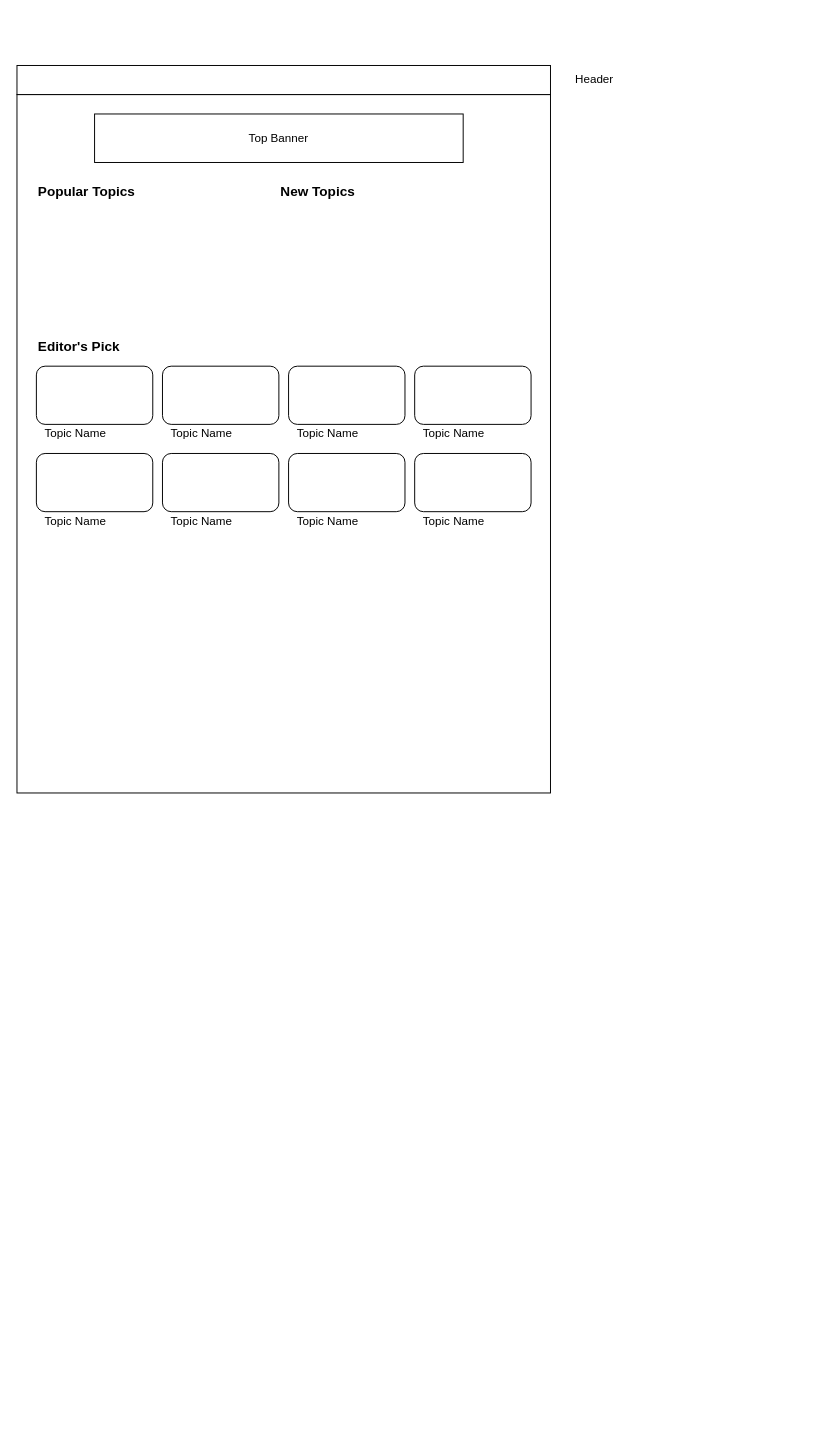
Before: Nekopost_Layout.drawio in clazclaz/demo_git, a draw.io diagram. Source tidied: cells renumbered, new cells numbered last; positions are measured from the earlier drawing's top-left corner, leaving out a move shared by most shapes. Both pictures are drawn from the tidied source at 97%, with x=0, y=0 at pixel (16, 65).
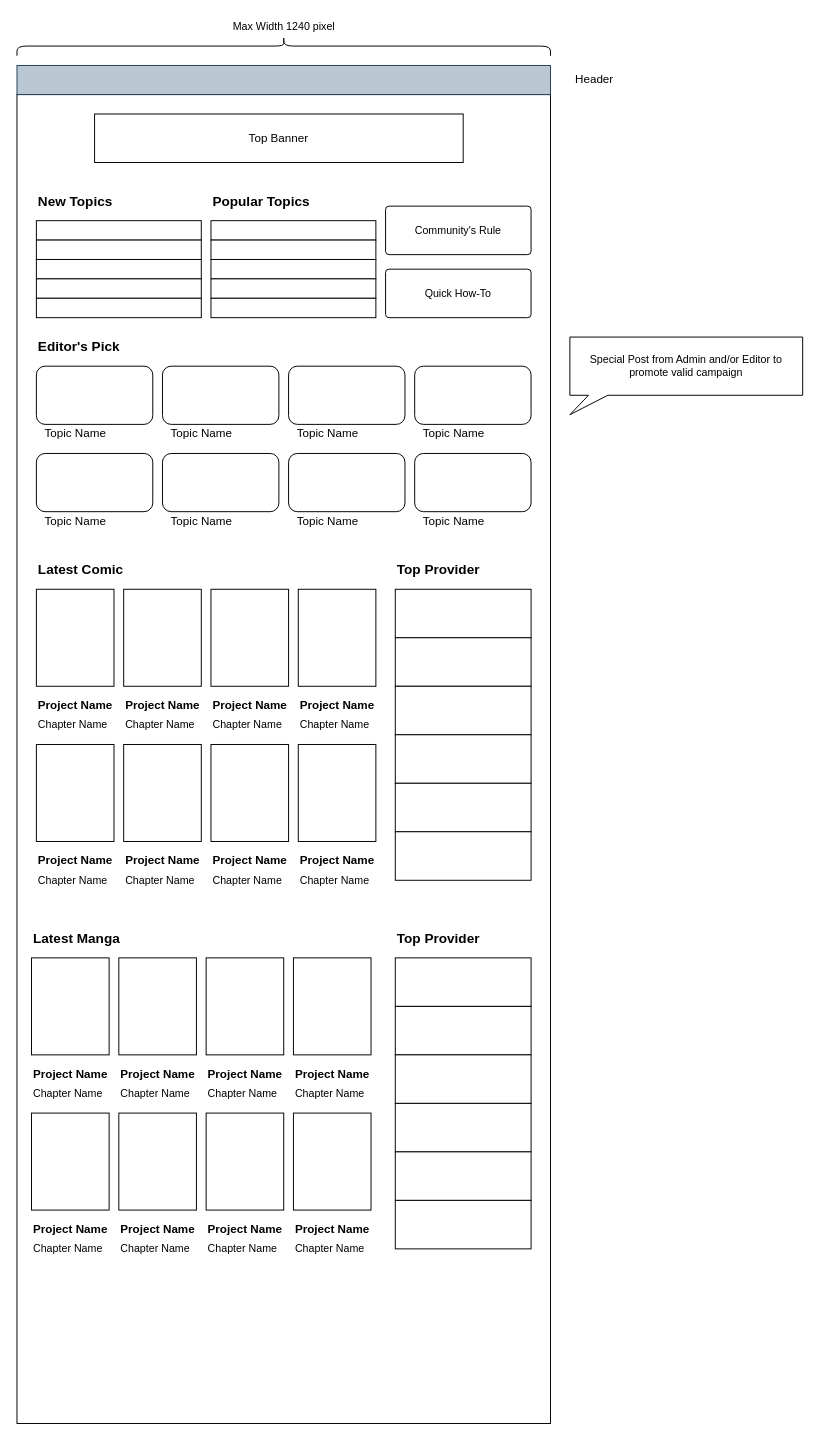
The same page after the edit.

Change to the diagram source:
```diff
@@
     <mxCell id="2" style="rounded=0;whiteSpace=wrap;html=1;" parent="1" vertex="1">
-      <mxGeometry y="30" width="550" height="720" as="geometry" />
+      <mxGeometry y="30" width="550" height="1370" as="geometry" />
     </mxCell>
-    <mxCell id="3" style="rounded=0;whiteSpace=wrap;html=1;" parent="1" vertex="1">
+    <mxCell id="3" style="rounded=0;whiteSpace=wrap;html=1;fillColor=#bac8d3;strokeColor=#23445d;" parent="1" vertex="1">
       <mxGeometry width="550" height="30" as="geometry" />
     </mxCell>
@@
+    <mxCell id="25" value="Latest Comic" style="text;html=1;align=left;verticalAlign=middle;strokeColor=none;fillColor=none;fontSize=14;fontStyle=1;" parent="1" vertex="1">
+      <mxGeometry x="20" y="510" width="100" height="20" as="geometry" />
+    </mxCell>
+    <mxCell id="26" style="rounded=0;whiteSpace=wrap;html=1;fontSize=14;" parent="1" vertex="1">
+      <mxGeometry x="20" y="540" width="80" height="100" as="geometry" />
+    </mxCell>
+    <mxCell id="27" style="rounded=0;whiteSpace=wrap;html=1;fontSize=14;" parent="1" vertex="1">
+      <mxGeometry x="110" y="540" width="80" height="100" as="geometry" />
+    </mxCell>
+    <mxCell id="28" style="rounded=0;whiteSpace=wrap;html=1;fontSize=14;" parent="1" vertex="1">
+      <mxGeometry x="200" y="540" width="80" height="100" as="geometry" />
+    </mxCell>
+    <mxCell id="29" style="rounded=0;whiteSpace=wrap;html=1;fontSize=14;" parent="1" vertex="1">
+      <mxGeometry x="290" y="540" width="80" height="100" as="geometry" />
+    </mxCell>
+    <mxCell id="30" value="&lt;b style=&quot;font-size: 12px;&quot;&gt;Project Name&lt;/b&gt;" style="text;html=1;align=left;verticalAlign=middle;strokeColor=none;fillColor=none;fontSize=12;" parent="1" vertex="1">
+      <mxGeometry x="20" y="650" width="90" height="20" as="geometry" />
+    </mxCell>
+    <mxCell id="31" value="Chapter Name" style="text;html=1;align=left;verticalAlign=middle;strokeColor=none;fillColor=none;fontSize=11;" parent="1" vertex="1">
+      <mxGeometry x="20" y="670" width="90" height="20" as="geometry" />
+    </mxCell>
+    <mxCell id="32" value="&lt;b style=&quot;font-size: 12px;&quot;&gt;Project Name&lt;/b&gt;" style="text;html=1;align=left;verticalAlign=middle;strokeColor=none;fillColor=none;fontSize=12;" parent="1" vertex="1">
+      <mxGeometry x="110" y="650" width="90" height="20" as="geometry" />
+    </mxCell>
+    <mxCell id="33" value="Chapter Name" style="text;html=1;align=left;verticalAlign=middle;strokeColor=none;fillColor=none;fontSize=11;" parent="1" vertex="1">
+      <mxGeometry x="110" y="670" width="90" height="20" as="geometry" />
+    </mxCell>
+    <mxCell id="34" value="&lt;b style=&quot;font-size: 12px;&quot;&gt;Project Name&lt;/b&gt;" style="text;html=1;align=left;verticalAlign=middle;strokeColor=none;fillColor=none;fontSize=12;" parent="1" vertex="1">
+      <mxGeometry x="200" y="650" width="90" height="20" as="geometry" />
+    </mxCell>
+    <mxCell id="35" value="Chapter Name" style="text;html=1;align=left;verticalAlign=middle;strokeColor=none;fillColor=none;fontSize=11;" parent="1" vertex="1">
+      <mxGeometry x="200" y="670" width="90" height="20" as="geometry" />
+    </mxCell>
+    <mxCell id="36" value="&lt;b style=&quot;font-size: 12px;&quot;&gt;Project Name&lt;/b&gt;" style="text;html=1;align=left;verticalAlign=middle;strokeColor=none;fillColor=none;fontSize=12;" parent="1" vertex="1">
+      <mxGeometry x="290" y="650" width="90" height="20" as="geometry" />
+    </mxCell>
+    <mxCell id="37" value="Chapter Name" style="text;html=1;align=left;verticalAlign=middle;strokeColor=none;fillColor=none;fontSize=11;" parent="1" vertex="1">
+      <mxGeometry x="290" y="670" width="90" height="20" as="geometry" />
+    </mxCell>
+    <mxCell id="38" style="rounded=0;whiteSpace=wrap;html=1;fontSize=14;" parent="1" vertex="1">
+      <mxGeometry x="20" y="700" width="80" height="100" as="geometry" />
+    </mxCell>
+    <mxCell id="39" style="rounded=0;whiteSpace=wrap;html=1;fontSize=14;" parent="1" vertex="1">
+      <mxGeometry x="110" y="700" width="80" height="100" as="geometry" />
+    </mxCell>
+    <mxCell id="40" style="rounded=0;whiteSpace=wrap;html=1;fontSize=14;" parent="1" vertex="1">
+      <mxGeometry x="200" y="700" width="80" height="100" as="geometry" />
+    </mxCell>
+    <mxCell id="41" style="rounded=0;whiteSpace=wrap;html=1;fontSize=14;" parent="1" vertex="1">
+      <mxGeometry x="290" y="700" width="80" height="100" as="geometry" />
+    </mxCell>
+    <mxCell id="42" value="&lt;b style=&quot;font-size: 12px;&quot;&gt;Project Name&lt;/b&gt;" style="text;html=1;align=left;verticalAlign=middle;strokeColor=none;fillColor=none;fontSize=12;" parent="1" vertex="1">
+      <mxGeometry x="20" y="810" width="90" height="20" as="geometry" />
+    </mxCell>
+    <mxCell id="43" value="Chapter Name" style="text;html=1;align=left;verticalAlign=middle;strokeColor=none;fillColor=none;fontSize=11;" parent="1" vertex="1">
+      <mxGeometry x="20" y="830" width="90" height="20" as="geometry" />
+    </mxCell>
+    <mxCell id="44" value="&lt;b style=&quot;font-size: 12px;&quot;&gt;Project Name&lt;/b&gt;" style="text;html=1;align=left;verticalAlign=middle;strokeColor=none;fillColor=none;fontSize=12;" parent="1" vertex="1">
+      <mxGeometry x="110" y="810" width="90" height="20" as="geometry" />
+    </mxCell>
+    <mxCell id="45" value="Chapter Name" style="text;html=1;align=left;verticalAlign=middle;strokeColor=none;fillColor=none;fontSize=11;" parent="1" vertex="1">
+      <mxGeometry x="110" y="830" width="90" height="20" as="geometry" />
+    </mxCell>
+    <mxCell id="46" value="&lt;b style=&quot;font-size: 12px;&quot;&gt;Project Name&lt;/b&gt;" style="text;html=1;align=left;verticalAlign=middle;strokeColor=none;fillColor=none;fontSize=12;" parent="1" vertex="1">
+      <mxGeometry x="200" y="810" width="90" height="20" as="geometry" />
+    </mxCell>
+    <mxCell id="47" value="Chapter Name" style="text;html=1;align=left;verticalAlign=middle;strokeColor=none;fillColor=none;fontSize=11;" parent="1" vertex="1">
+      <mxGeometry x="200" y="830" width="90" height="20" as="geometry" />
+    </mxCell>
+    <mxCell id="48" value="&lt;b style=&quot;font-size: 12px;&quot;&gt;Project Name&lt;/b&gt;" style="text;html=1;align=left;verticalAlign=middle;strokeColor=none;fillColor=none;fontSize=12;" parent="1" vertex="1">
+      <mxGeometry x="290" y="810" width="90" height="20" as="geometry" />
+    </mxCell>
+    <mxCell id="49" value="Chapter Name" style="text;html=1;align=left;verticalAlign=middle;strokeColor=none;fillColor=none;fontSize=11;" parent="1" vertex="1">
+      <mxGeometry x="290" y="830" width="90" height="20" as="geometry" />
+    </mxCell>
+    <mxCell id="50" value="Top Provider" style="text;html=1;align=left;verticalAlign=middle;strokeColor=none;fillColor=none;fontSize=14;fontStyle=1;" parent="1" vertex="1">
+      <mxGeometry x="390" y="510" width="100" height="20" as="geometry" />
+    </mxCell>
+    <mxCell id="51" style="rounded=0;whiteSpace=wrap;html=1;fontSize=14;" parent="1" vertex="1">
+      <mxGeometry x="390" y="540" width="140" height="50" as="geometry" />
+    </mxCell>
+    <mxCell id="24" value="New Topics" style="text;html=1;align=left;verticalAlign=middle;strokeColor=none;fillColor=none;fontSize=14;fontStyle=1;" parent="1" vertex="1">
+      <mxGeometry x="20" y="130" width="90" height="20" as="geometry" />
+    </mxCell>
+    <mxCell id="52" style="rounded=0;whiteSpace=wrap;html=1;fontSize=11;" parent="1" vertex="1">
+      <mxGeometry x="20" y="160" width="170" height="20" as="geometry" />
+    </mxCell>
+    <mxCell id="53" style="rounded=0;whiteSpace=wrap;html=1;fontSize=11;" parent="1" vertex="1">
+      <mxGeometry x="20" y="180" width="170" height="20" as="geometry" />
+    </mxCell>
+    <mxCell id="54" style="rounded=0;whiteSpace=wrap;html=1;fontSize=11;" parent="1" vertex="1">
+      <mxGeometry x="20" y="200" width="170" height="20" as="geometry" />
+    </mxCell>
+    <mxCell id="55" style="rounded=0;whiteSpace=wrap;html=1;fontSize=11;" parent="1" vertex="1">
+      <mxGeometry x="20" y="220" width="170" height="20" as="geometry" />
+    </mxCell>
+    <mxCell id="56" style="rounded=0;whiteSpace=wrap;html=1;fontSize=11;" parent="1" vertex="1">
+      <mxGeometry x="20" y="240" width="170" height="20" as="geometry" />
+    </mxCell>
     <mxCell id="23" value="Popular Topics" style="text;html=1;align=left;verticalAlign=middle;strokeColor=none;fillColor=none;fontSize=14;fontStyle=1;" parent="1" vertex="1">
-      <mxGeometry x="20" y="120" width="120" height="20" as="geometry" />
+      <mxGeometry x="200" y="130" width="120" height="20" as="geometry" />
     </mxCell>
-    <mxCell id="24" value="New Topics" style="text;html=1;align=left;verticalAlign=middle;strokeColor=none;fillColor=none;fontSize=14;fontStyle=1;" parent="1" vertex="1">
-      <mxGeometry x="270" y="120" width="90" height="20" as="geometry" />
-    </mxCell>
+    <mxCell id="57" style="rounded=0;whiteSpace=wrap;html=1;fontSize=11;" parent="1" vertex="1">
+      <mxGeometry x="200" y="160" width="170" height="20" as="geometry" />
+    </mxCell>
+    <mxCell id="58" style="rounded=0;whiteSpace=wrap;html=1;fontSize=11;" parent="1" vertex="1">
+      <mxGeometry x="200" y="180" width="170" height="20" as="geometry" />
+    </mxCell>
+    <mxCell id="59" style="rounded=0;whiteSpace=wrap;html=1;fontSize=11;" parent="1" vertex="1">
+      <mxGeometry x="200" y="200" width="170" height="20" as="geometry" />
+    </mxCell>
+    <mxCell id="60" style="rounded=0;whiteSpace=wrap;html=1;fontSize=11;" parent="1" vertex="1">
+      <mxGeometry x="200" y="220" width="170" height="20" as="geometry" />
+    </mxCell>
+    <mxCell id="61" style="rounded=0;whiteSpace=wrap;html=1;fontSize=11;" parent="1" vertex="1">
+      <mxGeometry x="200" y="240" width="170" height="20" as="geometry" />
+    </mxCell>
+    <mxCell id="62" value="Community's Rule" style="rounded=1;whiteSpace=wrap;html=1;fontSize=11;arcSize=7;" parent="1" vertex="1">
+      <mxGeometry x="380" y="145" width="150" height="50" as="geometry" />
+    </mxCell>
+    <mxCell id="63" value="Quick How-To" style="rounded=1;whiteSpace=wrap;html=1;fontSize=11;arcSize=7;" parent="1" vertex="1">
+      <mxGeometry x="380" y="210" width="150" height="50" as="geometry" />
+    </mxCell>
+    <mxCell id="64" style="shape=curlyBracket;whiteSpace=wrap;html=1;rounded=1;fontSize=11;rotation=90;" parent="1" vertex="1">
+      <mxGeometry x="265" y="-295" width="20" height="550" as="geometry" />
+    </mxCell>
+    <mxCell id="65" value="Max Width 1240 pixel" style="text;html=1;align=center;verticalAlign=middle;strokeColor=none;fillColor=none;fontSize=11;" parent="1" vertex="1">
+      <mxGeometry x="215" y="-50" width="120" height="20" as="geometry" />
+    </mxCell>
+    <mxCell id="66" value="Latest Manga" style="text;html=1;align=left;verticalAlign=middle;strokeColor=none;fillColor=none;fontSize=14;fontStyle=1;" parent="1" vertex="1">
+      <mxGeometry x="15" y="890" width="100" height="20" as="geometry" />
+    </mxCell>
+    <mxCell id="67" style="rounded=0;whiteSpace=wrap;html=1;fontSize=14;" parent="1" vertex="1">
+      <mxGeometry x="15" y="920" width="80" height="100" as="geometry" />
+    </mxCell>
+    <mxCell id="68" style="rounded=0;whiteSpace=wrap;html=1;fontSize=14;" parent="1" vertex="1">
+      <mxGeometry x="105" y="920" width="80" height="100" as="geometry" />
+    </mxCell>
+    <mxCell id="69" style="rounded=0;whiteSpace=wrap;html=1;fontSize=14;" parent="1" vertex="1">
+      <mxGeometry x="195" y="920" width="80" height="100" as="geometry" />
+    </mxCell>
+    <mxCell id="70" style="rounded=0;whiteSpace=wrap;html=1;fontSize=14;" parent="1" vertex="1">
+      <mxGeometry x="285" y="920" width="80" height="100" as="geometry" />
+    </mxCell>
+    <mxCell id="71" value="&lt;b style=&quot;font-size: 12px;&quot;&gt;Project Name&lt;/b&gt;" style="text;html=1;align=left;verticalAlign=middle;strokeColor=none;fillColor=none;fontSize=12;" parent="1" vertex="1">
+      <mxGeometry x="15" y="1030" width="90" height="20" as="geometry" />
+    </mxCell>
+    <mxCell id="72" value="Chapter Name" style="text;html=1;align=left;verticalAlign=middle;strokeColor=none;fillColor=none;fontSize=11;" parent="1" vertex="1">
+      <mxGeometry x="15" y="1050" width="90" height="20" as="geometry" />
+    </mxCell>
+    <mxCell id="73" value="&lt;b style=&quot;font-size: 12px;&quot;&gt;Project Name&lt;/b&gt;" style="text;html=1;align=left;verticalAlign=middle;strokeColor=none;fillColor=none;fontSize=12;" parent="1" vertex="1">
+      <mxGeometry x="105" y="1030" width="90" height="20" as="geometry" />
+    </mxCell>
+    <mxCell id="74" value="Chapter Name" style="text;html=1;align=left;verticalAlign=middle;strokeColor=none;fillColor=none;fontSize=11;" parent="1" vertex="1">
+      <mxGeometry x="105" y="1050" width="90" height="20" as="geometry" />
+    </mxCell>
+    <mxCell id="75" value="&lt;b style=&quot;font-size: 12px;&quot;&gt;Project Name&lt;/b&gt;" style="text;html=1;align=left;verticalAlign=middle;strokeColor=none;fillColor=none;fontSize=12;" parent="1" vertex="1">
+      <mxGeometry x="195" y="1030" width="90" height="20" as="geometry" />
+    </mxCell>
+    <mxCell id="76" value="Chapter Name" style="text;html=1;align=left;verticalAlign=middle;strokeColor=none;fillColor=none;fontSize=11;" parent="1" vertex="1">
+      <mxGeometry x="195" y="1050" width="90" height="20" as="geometry" />
+    </mxCell>
+    <mxCell id="77" value="&lt;b style=&quot;font-size: 12px;&quot;&gt;Project Name&lt;/b&gt;" style="text;html=1;align=left;verticalAlign=middle;strokeColor=none;fillColor=none;fontSize=12;" parent="1" vertex="1">
+      <mxGeometry x="285" y="1030" width="90" height="20" as="geometry" />
+    </mxCell>
+    <mxCell id="78" value="Chapter Name" style="text;html=1;align=left;verticalAlign=middle;strokeColor=none;fillColor=none;fontSize=11;" parent="1" vertex="1">
+      <mxGeometry x="285" y="1050" width="90" height="20" as="geometry" />
+    </mxCell>
+    <mxCell id="79" style="rounded=0;whiteSpace=wrap;html=1;fontSize=14;" parent="1" vertex="1">
+      <mxGeometry x="15" y="1080" width="80" height="100" as="geometry" />
+    </mxCell>
+    <mxCell id="80" style="rounded=0;whiteSpace=wrap;html=1;fontSize=14;" parent="1" vertex="1">
+      <mxGeometry x="105" y="1080" width="80" height="100" as="geometry" />
+    </mxCell>
+    <mxCell id="81" style="rounded=0;whiteSpace=wrap;html=1;fontSize=14;" parent="1" vertex="1">
+      <mxGeometry x="195" y="1080" width="80" height="100" as="geometry" />
+    </mxCell>
+    <mxCell id="82" style="rounded=0;whiteSpace=wrap;html=1;fontSize=14;" parent="1" vertex="1">
+      <mxGeometry x="285" y="1080" width="80" height="100" as="geometry" />
+    </mxCell>
+    <mxCell id="83" value="&lt;b style=&quot;font-size: 12px;&quot;&gt;Project Name&lt;/b&gt;" style="text;html=1;align=left;verticalAlign=middle;strokeColor=none;fillColor=none;fontSize=12;" parent="1" vertex="1">
+      <mxGeometry x="15" y="1190" width="90" height="20" as="geometry" />
+    </mxCell>
+    <mxCell id="84" value="Chapter Name" style="text;html=1;align=left;verticalAlign=middle;strokeColor=none;fillColor=none;fontSize=11;" parent="1" vertex="1">
+      <mxGeometry x="15" y="1210" width="90" height="20" as="geometry" />
+    </mxCell>
+    <mxCell id="85" value="&lt;b style=&quot;font-size: 12px;&quot;&gt;Project Name&lt;/b&gt;" style="text;html=1;align=left;verticalAlign=middle;strokeColor=none;fillColor=none;fontSize=12;" parent="1" vertex="1">
+      <mxGeometry x="105" y="1190" width="90" height="20" as="geometry" />
+    </mxCell>
+    <mxCell id="86" value="Chapter Name" style="text;html=1;align=left;verticalAlign=middle;strokeColor=none;fillColor=none;fontSize=11;" parent="1" vertex="1">
+      <mxGeometry x="105" y="1210" width="90" height="20" as="geometry" />
+    </mxCell>
+    <mxCell id="87" value="&lt;b style=&quot;font-size: 12px;&quot;&gt;Project Name&lt;/b&gt;" style="text;html=1;align=left;verticalAlign=middle;strokeColor=none;fillColor=none;fontSize=12;" parent="1" vertex="1">
+      <mxGeometry x="195" y="1190" width="90" height="20" as="geometry" />
+    </mxCell>
+    <mxCell id="88" value="Chapter Name" style="text;html=1;align=left;verticalAlign=middle;strokeColor=none;fillColor=none;fontSize=11;" parent="1" vertex="1">
+      <mxGeometry x="195" y="1210" width="90" height="20" as="geometry" />
+    </mxCell>
+    <mxCell id="89" value="&lt;b style=&quot;font-size: 12px;&quot;&gt;Project Name&lt;/b&gt;" style="text;html=1;align=left;verticalAlign=middle;strokeColor=none;fillColor=none;fontSize=12;" parent="1" vertex="1">
+      <mxGeometry x="285" y="1190" width="90" height="20" as="geometry" />
+    </mxCell>
+    <mxCell id="90" value="Chapter Name" style="text;html=1;align=left;verticalAlign=middle;strokeColor=none;fillColor=none;fontSize=11;" parent="1" vertex="1">
+      <mxGeometry x="285" y="1210" width="90" height="20" as="geometry" />
+    </mxCell>
+    <mxCell id="91" value="Top Provider" style="text;html=1;align=left;verticalAlign=middle;strokeColor=none;fillColor=none;fontSize=14;fontStyle=1;" parent="1" vertex="1">
+      <mxGeometry x="390" y="890" width="100" height="20" as="geometry" />
+    </mxCell>
+    <mxCell id="92" style="rounded=0;whiteSpace=wrap;html=1;fontSize=14;" parent="1" vertex="1">
+      <mxGeometry x="390" y="590" width="140" height="50" as="geometry" />
+    </mxCell>
+    <mxCell id="93" style="rounded=0;whiteSpace=wrap;html=1;fontSize=14;" parent="1" vertex="1">
+      <mxGeometry x="390" y="640" width="140" height="50" as="geometry" />
+    </mxCell>
+    <mxCell id="94" style="rounded=0;whiteSpace=wrap;html=1;fontSize=14;" parent="1" vertex="1">
+      <mxGeometry x="390" y="690" width="140" height="50" as="geometry" />
+    </mxCell>
+    <mxCell id="95" style="rounded=0;whiteSpace=wrap;html=1;fontSize=14;" parent="1" vertex="1">
+      <mxGeometry x="390" y="740" width="140" height="50" as="geometry" />
+    </mxCell>
+    <mxCell id="96" style="rounded=0;whiteSpace=wrap;html=1;fontSize=14;" parent="1" vertex="1">
+      <mxGeometry x="390" y="790" width="140" height="50" as="geometry" />
+    </mxCell>
+    <mxCell id="97" style="rounded=0;whiteSpace=wrap;html=1;fontSize=14;" parent="1" vertex="1">
+      <mxGeometry x="390" y="920" width="140" height="50" as="geometry" />
+    </mxCell>
+    <mxCell id="98" style="rounded=0;whiteSpace=wrap;html=1;fontSize=14;" parent="1" vertex="1">
+      <mxGeometry x="390" y="970" width="140" height="50" as="geometry" />
+    </mxCell>
+    <mxCell id="99" style="rounded=0;whiteSpace=wrap;html=1;fontSize=14;" parent="1" vertex="1">
+      <mxGeometry x="390" y="1020" width="140" height="50" as="geometry" />
+    </mxCell>
+    <mxCell id="100" style="rounded=0;whiteSpace=wrap;html=1;fontSize=14;" parent="1" vertex="1">
+      <mxGeometry x="390" y="1070" width="140" height="50" as="geometry" />
+    </mxCell>
+    <mxCell id="101" style="rounded=0;whiteSpace=wrap;html=1;fontSize=14;" parent="1" vertex="1">
+      <mxGeometry x="390" y="1120" width="140" height="50" as="geometry" />
+    </mxCell>
+    <mxCell id="102" style="rounded=0;whiteSpace=wrap;html=1;fontSize=14;" parent="1" vertex="1">
+      <mxGeometry x="390" y="1170" width="140" height="50" as="geometry" />
+    </mxCell>
+    <mxCell id="103" value="Special Post from Admin and/or Editor to promote valid campaign" style="shape=callout;whiteSpace=wrap;html=1;perimeter=calloutPerimeter;position2=0;size=20;position=0.08;fontSize=11;" parent="1" vertex="1">
+      <mxGeometry x="570" y="280" width="240" height="80" as="geometry" />
+    </mxCell>
```
